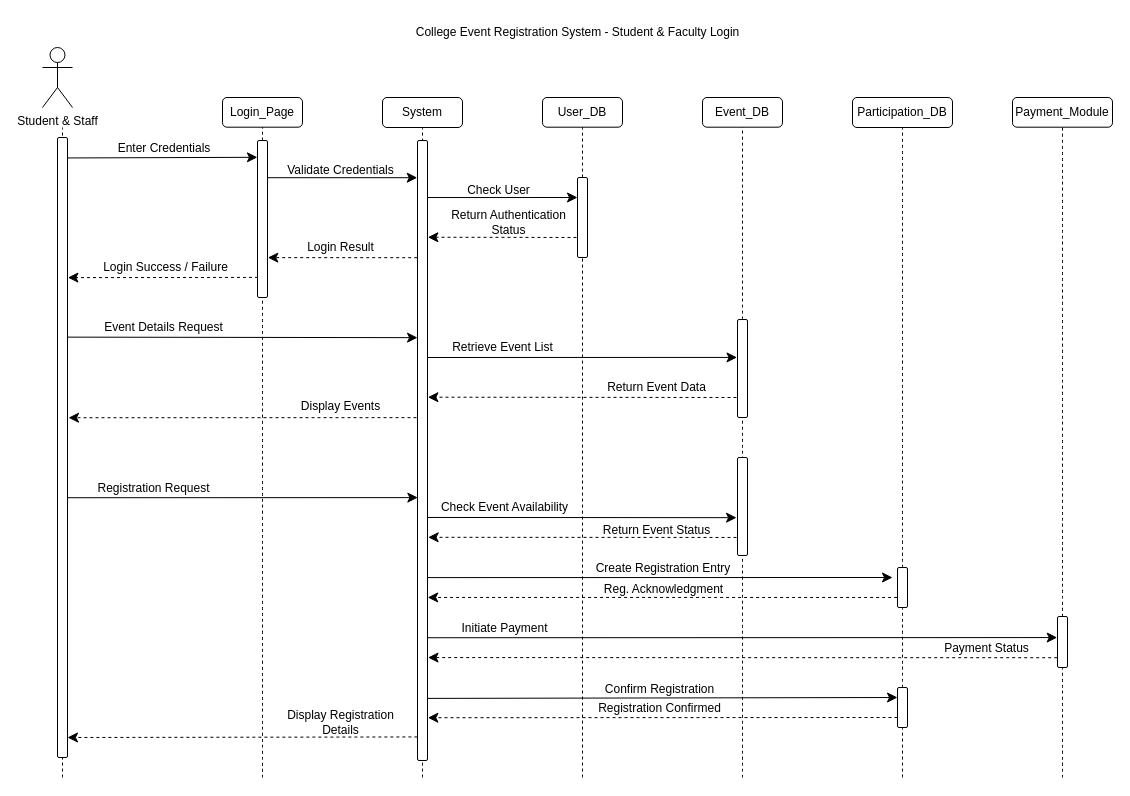
Above: CERS-SequenceDiagram.drawio in chari-00/SystemModeling-SoftwareDesign (draw.io), before the change. Source tidied: cells renumbered, new cells numbered last; positions are measured from the earlier drawing's top-left corner, leaving out a move shared by most shapes. Both pictures are drawn from the tidied source at 100%, with x=0, y=0 at pixel (42, 17).
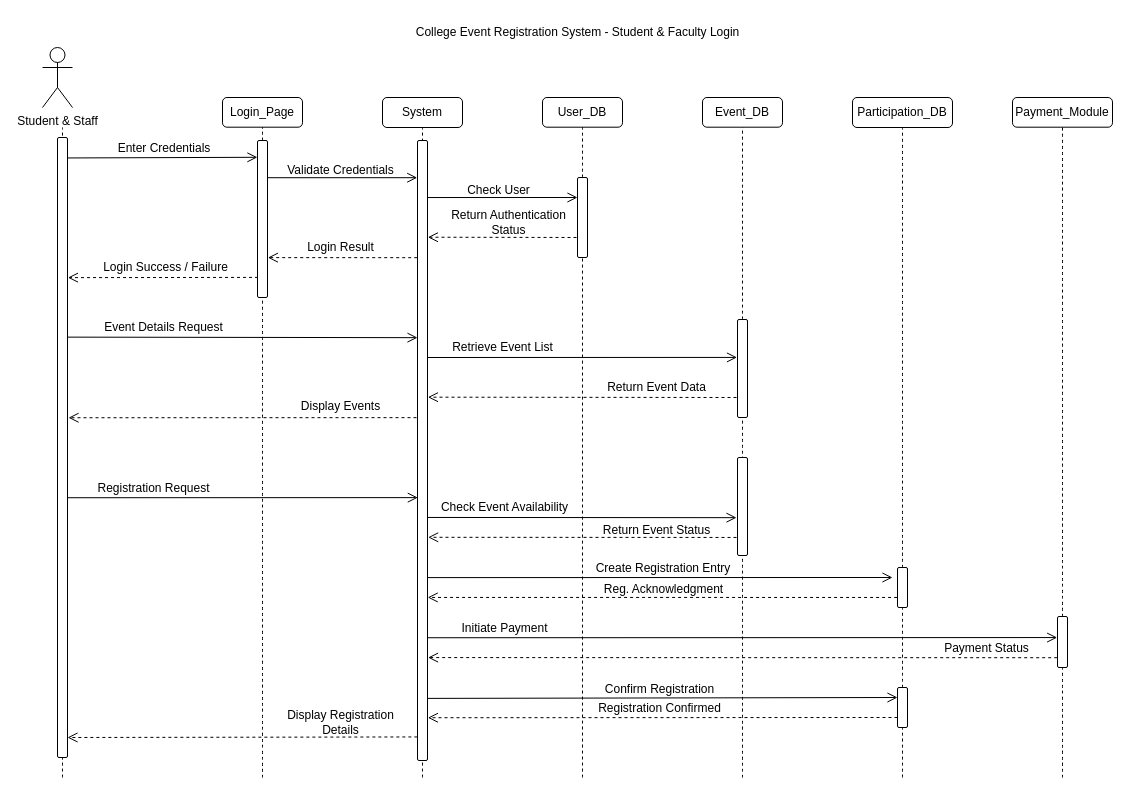
The same page after the edit.

Unchanged cells that the change refers to:
```xml
<mxCell id="4" style="rounded=1;whiteSpace=wrap;html=1;" parent="1" vertex="1">
  <mxGeometry x="15" y="120" width="10" height="620" as="geometry" />
</mxCell>
<mxCell id="43" style="rounded=1;whiteSpace=wrap;html=1;" parent="1" vertex="1">
  <mxGeometry x="215" y="123" width="10" height="157" as="geometry" />
</mxCell>
<mxCell id="48" style="rounded=1;whiteSpace=wrap;html=1;" parent="1" vertex="1">
  <mxGeometry x="375" y="123" width="10" height="620" as="geometry" />
</mxCell>
<mxCell id="60" style="rounded=1;whiteSpace=wrap;html=1;" parent="1" vertex="1">
  <mxGeometry x="695" y="302" width="10" height="98" as="geometry" />
</mxCell>
<mxCell id="61" style="rounded=1;whiteSpace=wrap;html=1;" parent="1" vertex="1">
  <mxGeometry x="695" y="440" width="10" height="98" as="geometry" />
</mxCell>
<mxCell id="63" style="rounded=1;whiteSpace=wrap;html=1;" parent="1" vertex="1">
  <mxGeometry x="855" y="550" width="10" height="40" as="geometry" />
</mxCell>
<mxCell id="65" style="rounded=1;whiteSpace=wrap;html=1;" parent="1" vertex="1">
  <mxGeometry x="1015" y="599" width="10" height="51" as="geometry" />
</mxCell>
<mxCell id="67" style="rounded=1;whiteSpace=wrap;html=1;" parent="1" vertex="1">
  <mxGeometry x="855" y="670" width="10" height="40" as="geometry" />
</mxCell>
<mxCell id="71" style="rounded=1;whiteSpace=wrap;html=1;" parent="1" vertex="1">
  <mxGeometry x="535" y="160" width="10" height="80" as="geometry" />
</mxCell>
```

Diff of the diagram source:
```diff
@@
-    <mxCell id="5" style="endArrow=classic;html=1;rounded=0;fontSize=12;startSize=8;endSize=8;curved=0;strokeWidth=1;exitX=0.954;exitY=0.033;exitDx=0;exitDy=0;exitPerimeter=0;entryX=-0.009;entryY=0.107;entryDx=0;entryDy=0;entryPerimeter=0;" parent="1" edge="1" source="4" target="43">
+    <mxCell id="5" style="endArrow=open;html=1;rounded=0;fontSize=12;startSize=8;endSize=8;curved=0;strokeWidth=1;exitX=0.954;exitY=0.033;exitDx=0;exitDy=0;exitPerimeter=0;entryX=-0.009;entryY=0.107;entryDx=0;entryDy=0;entryPerimeter=0;endFill=0;" parent="1" edge="1" source="4" target="43">
       <mxGeometry relative="1" as="geometry" />
     </mxCell>
-    <mxCell id="6" style="endArrow=classic;html=1;rounded=0;fontSize=12;startSize=8;endSize=8;curved=0;strokeWidth=1;dashed=1;exitX=0.5;exitY=0.75;exitDx=0;exitDy=0;exitPerimeter=0;entryX=1.036;entryY=0.156;entryDx=0;entryDy=0;entryPerimeter=0;" parent="1" edge="1" source="71" target="48">
+    <mxCell id="6" style="endArrow=open;html=1;rounded=0;fontSize=12;startSize=8;endSize=8;curved=0;strokeWidth=1;dashed=1;exitX=0.5;exitY=0.75;exitDx=0;exitDy=0;exitPerimeter=0;entryX=1.036;entryY=0.156;entryDx=0;entryDy=0;entryPerimeter=0;endFill=0;" parent="1" edge="1" source="71" target="48">
       <mxGeometry relative="1" as="geometry" />
     </mxCell>
@@
-    <mxCell id="20" style="endArrow=classic;html=1;rounded=0;fontSize=12;startSize=8;endSize=8;curved=0;strokeWidth=1;exitX=1.011;exitY=0.237;exitDx=0;exitDy=0;exitPerimeter=0;entryX=-0.027;entryY=0.06;entryDx=0;entryDy=0;entryPerimeter=0;" parent="1" edge="1" source="43" target="48">
+    <mxCell id="20" style="endArrow=open;html=1;rounded=0;fontSize=12;startSize=8;endSize=8;curved=0;strokeWidth=1;exitX=1.011;exitY=0.237;exitDx=0;exitDy=0;exitPerimeter=0;entryX=-0.027;entryY=0.06;entryDx=0;entryDy=0;entryPerimeter=0;endFill=0;" parent="1" edge="1" source="43" target="48">
       <mxGeometry relative="1" as="geometry" />
     </mxCell>
-    <mxCell id="21" style="endArrow=classic;html=1;rounded=0;fontSize=12;startSize=8;endSize=8;curved=0;strokeWidth=1;exitX=1.032;exitY=0.092;exitDx=0;exitDy=0;exitPerimeter=0;entryX=0;entryY=0.25;entryDx=0;entryDy=0;" parent="1" edge="1" source="48" target="71">
+    <mxCell id="21" style="endArrow=open;html=1;rounded=0;fontSize=12;startSize=8;endSize=8;curved=0;strokeWidth=1;exitX=1.032;exitY=0.092;exitDx=0;exitDy=0;exitPerimeter=0;entryX=0;entryY=0.25;entryDx=0;entryDy=0;endFill=0;" parent="1" edge="1" source="48" target="71">
       <mxGeometry relative="1" as="geometry" />
     </mxCell>
-    <mxCell id="22" style="endArrow=classic;html=1;rounded=0;fontSize=12;startSize=8;endSize=8;curved=0;strokeWidth=1;dashed=1;exitX=-0.029;exitY=0.189;exitDx=0;exitDy=0;exitPerimeter=0;entryX=1.036;entryY=0.746;entryDx=0;entryDy=0;entryPerimeter=0;" parent="1" edge="1" source="48" target="43">
+    <mxCell id="22" style="endArrow=open;html=1;rounded=0;fontSize=12;startSize=8;endSize=8;curved=0;strokeWidth=1;dashed=1;exitX=-0.029;exitY=0.189;exitDx=0;exitDy=0;exitPerimeter=0;entryX=1.036;entryY=0.746;entryDx=0;entryDy=0;entryPerimeter=0;endFill=0;" parent="1" edge="1" source="48" target="43">
       <mxGeometry relative="1" as="geometry" />
     </mxCell>
-    <mxCell id="23" style="endArrow=classic;html=1;rounded=0;fontSize=12;startSize=8;endSize=8;curved=0;strokeWidth=1;dashed=1;exitX=0.053;exitY=0.872;exitDx=0;exitDy=0;exitPerimeter=0;entryX=1.041;entryY=0.226;entryDx=0;entryDy=0;entryPerimeter=0;" parent="1" edge="1" source="43" target="4">
+    <mxCell id="23" style="endArrow=open;html=1;rounded=0;fontSize=12;startSize=8;endSize=8;curved=0;strokeWidth=1;dashed=1;exitX=0.053;exitY=0.872;exitDx=0;exitDy=0;exitPerimeter=0;entryX=1.041;entryY=0.226;entryDx=0;entryDy=0;entryPerimeter=0;endFill=0;" parent="1" edge="1" source="43" target="4">
       <mxGeometry relative="1" as="geometry" />
     </mxCell>
-    <mxCell id="24" style="endArrow=classic;html=1;rounded=0;fontSize=12;startSize=8;endSize=8;strokeWidth=1;exitX=0.998;exitY=0.322;exitDx=0;exitDy=0;exitPerimeter=0;entryX=0.002;entryY=0.318;entryDx=0;entryDy=0;entryPerimeter=0;" parent="1" edge="1" source="4" target="48">
+    <mxCell id="24" style="endArrow=open;html=1;rounded=0;fontSize=12;startSize=8;endSize=8;strokeWidth=1;exitX=0.998;exitY=0.322;exitDx=0;exitDy=0;exitPerimeter=0;entryX=0.002;entryY=0.318;entryDx=0;entryDy=0;entryPerimeter=0;endFill=0;" parent="1" edge="1" source="4" target="48">
       <mxGeometry relative="1" as="geometry" />
     </mxCell>
-    <mxCell id="25" style="endArrow=classic;html=1;rounded=0;fontSize=12;startSize=8;endSize=8;curved=0;strokeWidth=1;exitX=0.96;exitY=0.35;exitDx=0;exitDy=0;exitPerimeter=0;entryX=-0.048;entryY=0.387;entryDx=0;entryDy=0;entryPerimeter=0;" parent="1" edge="1" source="48" target="60">
+    <mxCell id="25" style="endArrow=open;html=1;rounded=0;fontSize=12;startSize=8;endSize=8;curved=0;strokeWidth=1;exitX=0.96;exitY=0.35;exitDx=0;exitDy=0;exitPerimeter=0;entryX=-0.048;entryY=0.387;entryDx=0;entryDy=0;entryPerimeter=0;endFill=0;" parent="1" edge="1" source="48" target="60">
       <mxGeometry relative="1" as="geometry" />
     </mxCell>
-    <mxCell id="26" style="endArrow=classic;html=1;rounded=0;fontSize=12;startSize=8;endSize=8;curved=0;strokeWidth=1;dashed=1;exitX=0.5;exitY=0.796;exitDx=0;exitDy=0;exitPerimeter=0;entryX=1.041;entryY=0.414;entryDx=0;entryDy=0;entryPerimeter=0;" parent="1" edge="1" source="60" target="48">
+    <mxCell id="26" style="endArrow=open;html=1;rounded=0;fontSize=12;startSize=8;endSize=8;curved=0;strokeWidth=1;dashed=1;exitX=0.5;exitY=0.796;exitDx=0;exitDy=0;exitPerimeter=0;entryX=1.041;entryY=0.414;entryDx=0;entryDy=0;entryPerimeter=0;endFill=0;" parent="1" edge="1" source="60" target="48">
       <mxGeometry relative="1" as="geometry" />
     </mxCell>
-    <mxCell id="27" style="endArrow=classic;html=1;rounded=0;fontSize=12;startSize=8;endSize=8;curved=0;strokeWidth=1;dashed=1;exitX=0.5;exitY=0.447;exitDx=0;exitDy=0;exitPerimeter=0;entryX=1.101;entryY=0.452;entryDx=0;entryDy=0;entryPerimeter=0;" parent="1" edge="1" source="48" target="4">
+    <mxCell id="27" style="endArrow=open;html=1;rounded=0;fontSize=12;startSize=8;endSize=8;curved=0;strokeWidth=1;dashed=1;exitX=0.5;exitY=0.447;exitDx=0;exitDy=0;exitPerimeter=0;entryX=1.101;entryY=0.452;entryDx=0;entryDy=0;entryPerimeter=0;endFill=0;" parent="1" edge="1" source="48" target="4">
       <mxGeometry relative="1" as="geometry" />
     </mxCell>
-    <mxCell id="28" style="endArrow=classic;html=1;rounded=0;fontSize=12;startSize=8;endSize=8;curved=0;strokeWidth=1;exitX=1.018;exitY=0.581;exitDx=0;exitDy=0;exitPerimeter=0;entryX=0.035;entryY=0.576;entryDx=0;entryDy=0;entryPerimeter=0;" parent="1" edge="1" source="4" target="48">
+    <mxCell id="28" style="endArrow=open;html=1;rounded=0;fontSize=12;startSize=8;endSize=8;curved=0;strokeWidth=1;exitX=1.018;exitY=0.581;exitDx=0;exitDy=0;exitPerimeter=0;entryX=0.035;entryY=0.576;entryDx=0;entryDy=0;entryPerimeter=0;endFill=0;" parent="1" edge="1" source="4" target="48">
       <mxGeometry relative="1" as="geometry" />
     </mxCell>
-    <mxCell id="29" style="endArrow=classic;html=1;rounded=0;fontSize=12;startSize=8;endSize=8;curved=0;strokeWidth=1;exitX=1.028;exitY=0.608;exitDx=0;exitDy=0;exitPerimeter=0;entryX=-0.097;entryY=0.614;entryDx=0;entryDy=0;entryPerimeter=0;" parent="1" edge="1" source="48" target="61">
+    <mxCell id="29" style="endArrow=open;html=1;rounded=0;fontSize=12;startSize=8;endSize=8;curved=0;strokeWidth=1;exitX=1.028;exitY=0.608;exitDx=0;exitDy=0;exitPerimeter=0;entryX=-0.097;entryY=0.614;entryDx=0;entryDy=0;entryPerimeter=0;endFill=0;" parent="1" edge="1" source="48" target="61">
       <mxGeometry relative="1" as="geometry" />
     </mxCell>
-    <mxCell id="30" style="endArrow=classic;html=1;rounded=0;fontSize=12;startSize=8;endSize=8;curved=0;strokeWidth=1;dashed=1;exitX=0;exitY=0.75;exitDx=0;exitDy=0;entryX=1.037;entryY=0.931;entryDx=0;entryDy=0;entryPerimeter=0;" parent="1" edge="1" source="67" target="48">
+    <mxCell id="30" style="endArrow=open;html=1;rounded=0;fontSize=12;startSize=8;endSize=8;curved=0;strokeWidth=1;dashed=1;exitX=0;exitY=0.75;exitDx=0;exitDy=0;entryX=1.037;entryY=0.931;entryDx=0;entryDy=0;entryPerimeter=0;endFill=0;" parent="1" edge="1" source="67" target="48">
       <mxGeometry relative="1" as="geometry" />
     </mxCell>
-    <mxCell id="31" style="endArrow=classic;html=1;rounded=0;fontSize=12;startSize=8;endSize=8;curved=0;strokeWidth=1;exitX=0.997;exitY=0.705;exitDx=0;exitDy=0;exitPerimeter=0;" parent="1" edge="1" source="48">
+    <mxCell id="31" style="endArrow=open;html=1;rounded=0;fontSize=12;startSize=8;endSize=8;curved=0;strokeWidth=1;exitX=0.997;exitY=0.705;exitDx=0;exitDy=0;exitPerimeter=0;endFill=0;" parent="1" edge="1" source="48">
       <mxGeometry relative="1" as="geometry">
         <mxPoint x="850" y="560" as="targetPoint" />
       </mxGeometry>
     </mxCell>
-    <mxCell id="32" style="endArrow=classic;html=1;rounded=0;fontSize=12;startSize=8;endSize=8;curved=0;strokeWidth=1;dashed=1;exitX=-0.041;exitY=0.749;exitDx=0;exitDy=0;exitPerimeter=0;entryX=1.021;entryY=0.737;entryDx=0;entryDy=0;entryPerimeter=0;" parent="1" edge="1" source="63" target="48">
+    <mxCell id="32" style="endArrow=open;html=1;rounded=0;fontSize=12;startSize=8;endSize=8;curved=0;strokeWidth=1;dashed=1;exitX=-0.041;exitY=0.749;exitDx=0;exitDy=0;exitPerimeter=0;entryX=1.021;entryY=0.737;entryDx=0;entryDy=0;entryPerimeter=0;endFill=0;" parent="1" edge="1" source="63" target="48">
       <mxGeometry relative="1" as="geometry" />
     </mxCell>
-    <mxCell id="33" style="endArrow=classic;html=1;rounded=0;fontSize=12;startSize=8;endSize=8;curved=0;strokeWidth=1;exitX=0.996;exitY=0.802;exitDx=0;exitDy=0;exitPerimeter=0;entryX=-0.029;entryY=0.413;entryDx=0;entryDy=0;entryPerimeter=0;" parent="1" edge="1" source="48" target="65">
+    <mxCell id="33" style="endArrow=open;html=1;rounded=0;fontSize=12;startSize=8;endSize=8;curved=0;strokeWidth=1;exitX=0.996;exitY=0.802;exitDx=0;exitDy=0;exitPerimeter=0;entryX=-0.029;entryY=0.413;entryDx=0;entryDy=0;entryPerimeter=0;endFill=0;" parent="1" edge="1" source="48" target="65">
       <mxGeometry relative="1" as="geometry" />
     </mxCell>
-    <mxCell id="34" style="endArrow=classic;html=1;rounded=0;fontSize=12;startSize=8;endSize=8;curved=0;strokeWidth=1;dashed=1;exitX=-0.031;exitY=0.808;exitDx=0;exitDy=0;exitPerimeter=0;entryX=1.052;entryY=0.834;entryDx=0;entryDy=0;entryPerimeter=0;" parent="1" edge="1" source="65" target="48">
+    <mxCell id="34" style="endArrow=open;html=1;rounded=0;fontSize=12;startSize=8;endSize=8;curved=0;strokeWidth=1;dashed=1;exitX=-0.031;exitY=0.808;exitDx=0;exitDy=0;exitPerimeter=0;entryX=1.052;entryY=0.834;entryDx=0;entryDy=0;entryPerimeter=0;endFill=0;" parent="1" edge="1" source="65" target="48">
       <mxGeometry relative="1" as="geometry" />
     </mxCell>
-    <mxCell id="35" style="endArrow=classic;html=1;rounded=0;fontSize=12;startSize=8;endSize=8;curved=0;strokeWidth=1;exitX=1.018;exitY=0.866;exitDx=0;exitDy=0;exitPerimeter=0;entryX=0;entryY=0.25;entryDx=0;entryDy=0;" parent="1" edge="1" target="67">
+    <mxCell id="35" style="endArrow=open;html=1;rounded=0;fontSize=12;startSize=8;endSize=8;curved=0;strokeWidth=1;exitX=1.018;exitY=0.866;exitDx=0;exitDy=0;exitPerimeter=0;entryX=0;entryY=0.25;entryDx=0;entryDy=0;endFill=0;" parent="1" edge="1" target="67">
       <mxGeometry relative="1" as="geometry">
         <mxPoint x="385.2" y="680.9" as="sourcePoint" />
       </mxGeometry>
     </mxCell>
@@
-    <mxCell id="51" style="endArrow=classic;html=1;rounded=0;fontSize=12;startSize=8;endSize=8;curved=0;strokeWidth=1;dashed=1;exitX=0.5;exitY=0.816;exitDx=0;exitDy=0;exitPerimeter=0;entryX=1.065;entryY=0.64;entryDx=0;entryDy=0;entryPerimeter=0;" parent="1" edge="1" source="61" target="48">
+    <mxCell id="51" style="endArrow=open;html=1;rounded=0;fontSize=12;startSize=8;endSize=8;curved=0;strokeWidth=1;dashed=1;exitX=0.5;exitY=0.816;exitDx=0;exitDy=0;exitPerimeter=0;entryX=1.065;entryY=0.64;entryDx=0;entryDy=0;entryPerimeter=0;endFill=0;" parent="1" edge="1" source="61" target="48">
       <mxGeometry relative="1" as="geometry" />
     </mxCell>
@@
-    <mxCell id="68" style="endArrow=classic;html=1;rounded=0;fontSize=12;startSize=8;endSize=8;curved=0;strokeWidth=1;dashed=1;entryX=1.037;entryY=0.931;entryDx=0;entryDy=0;entryPerimeter=0;exitX=-0.014;exitY=0.962;exitDx=0;exitDy=0;exitPerimeter=0;" parent="1" edge="1" source="48">
+    <mxCell id="68" style="endArrow=open;html=1;rounded=0;fontSize=12;startSize=8;endSize=8;curved=0;strokeWidth=1;dashed=1;entryX=1.037;entryY=0.931;entryDx=0;entryDy=0;entryPerimeter=0;exitX=-0.014;exitY=0.962;exitDx=0;exitDy=0;exitPerimeter=0;endFill=0;" parent="1" edge="1" source="48">
       <mxGeometry relative="1" as="geometry">
         <mxPoint x="25" y="720" as="targetPoint" />
       </mxGeometry>
     </mxCell>
```
